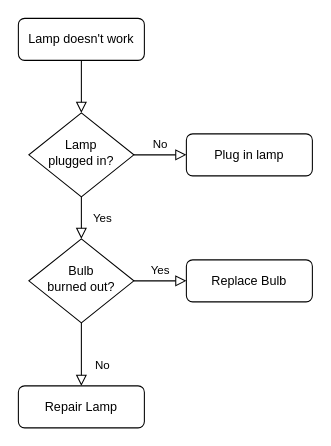
Earlier version of the draw.io diagram Untitled Diagram.drawio (cheikh344/first). Source tidied: cells renumbered, new cells numbered last; positions are measured from the earlier drawing's top-left corner, leaving out a move shared by most shapes. Both pictures are drawn from the tidied source at 105%, with x=0, y=0 at pixel (18, 18).
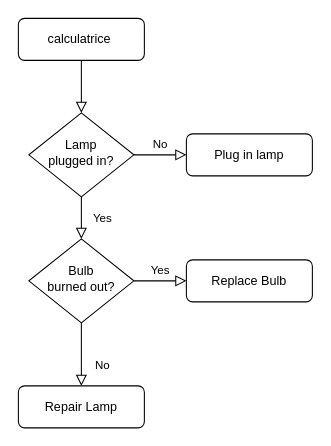
The same diagram, later.

Diff of the diagram source:
```diff
@@
 <mxGraphModel>
   <root>
     <mxCell id="0" />
     <mxCell id="1" parent="0" />
     <mxCell id="2" style="rounded=0;html=1;jettySize=auto;fontSize=11;endArrow=block;endFill=0;endSize=8;strokeWidth=1;shadow=0;labelBackgroundColor=none;edgeStyle=orthogonalEdgeStyle;" parent="1" edge="1" source="3" target="6">
       <mxGeometry relative="1" as="geometry" />
     </mxCell>
-    <mxCell id="3" value="Lamp doesn't work" style="rounded=1;whiteSpace=wrap;html=1;fontSize=12;glass=0;strokeWidth=1;shadow=0;" parent="1" vertex="1">
+    <mxCell id="3" value="calculatrice&amp;nbsp;" style="rounded=1;whiteSpace=wrap;html=1;fontSize=12;glass=0;strokeWidth=1;shadow=0;" parent="1" vertex="1">
       <mxGeometry width="120" height="40" as="geometry" />
     </mxCell>
     <mxCell id="4" value="Yes" style="rounded=0;html=1;jettySize=auto;fontSize=11;endArrow=block;endFill=0;endSize=8;strokeWidth=1;shadow=0;labelBackgroundColor=none;edgeStyle=orthogonalEdgeStyle;" parent="1" edge="1" source="6" target="10">
       <mxGeometry y="20" relative="1" as="geometry" />
     </mxCell>
     <mxCell id="5" value="No" style="edgeStyle=orthogonalEdgeStyle;rounded=0;html=1;jettySize=auto;fontSize=11;endArrow=block;endFill=0;endSize=8;strokeWidth=1;shadow=0;labelBackgroundColor=none;" parent="1" edge="1" source="6" target="7">
       <mxGeometry y="10" relative="1" as="geometry" />
     </mxCell>
     <mxCell id="6" value="Lamp&lt;br&gt;plugged in?" style="rhombus;whiteSpace=wrap;html=1;shadow=0;fontFamily=Helvetica;fontSize=12;align=center;strokeWidth=1;spacing=6;spacingTop=-4;" parent="1" vertex="1">
       <mxGeometry x="10" y="90" width="100" height="80" as="geometry" />
     </mxCell>
     <mxCell id="7" value="Plug in lamp" style="rounded=1;whiteSpace=wrap;html=1;fontSize=12;glass=0;strokeWidth=1;shadow=0;" parent="1" vertex="1">
       <mxGeometry x="160" y="110" width="120" height="40" as="geometry" />
     </mxCell>
     <mxCell id="8" value="No" style="rounded=0;html=1;jettySize=auto;fontSize=11;endArrow=block;endFill=0;endSize=8;strokeWidth=1;shadow=0;labelBackgroundColor=none;edgeStyle=orthogonalEdgeStyle;" parent="1" edge="1" source="10" target="11">
       <mxGeometry x="0.33" y="20" relative="1" as="geometry" />
     </mxCell>
     <mxCell id="9" value="Yes" style="edgeStyle=orthogonalEdgeStyle;rounded=0;html=1;jettySize=auto;fontSize=11;endArrow=block;endFill=0;endSize=8;strokeWidth=1;shadow=0;labelBackgroundColor=none;" parent="1" edge="1" source="10" target="12">
       <mxGeometry y="10" relative="1" as="geometry" />
     </mxCell>
     <mxCell id="10" value="Bulb&lt;br&gt;burned out?" style="rhombus;whiteSpace=wrap;html=1;shadow=0;fontFamily=Helvetica;fontSize=12;align=center;strokeWidth=1;spacing=6;spacingTop=-4;" parent="1" vertex="1">
       <mxGeometry x="10" y="210" width="100" height="80" as="geometry" />
     </mxCell>
     <mxCell id="11" value="Repair Lamp" style="rounded=1;whiteSpace=wrap;html=1;fontSize=12;glass=0;strokeWidth=1;shadow=0;" parent="1" vertex="1">
       <mxGeometry y="350" width="120" height="40" as="geometry" />
     </mxCell>
     <mxCell id="12" value="Replace Bulb" style="rounded=1;whiteSpace=wrap;html=1;fontSize=12;glass=0;strokeWidth=1;shadow=0;" parent="1" vertex="1">
       <mxGeometry x="160" y="230" width="120" height="40" as="geometry" />
     </mxCell>
   </root>
 </mxGraphModel>
```
